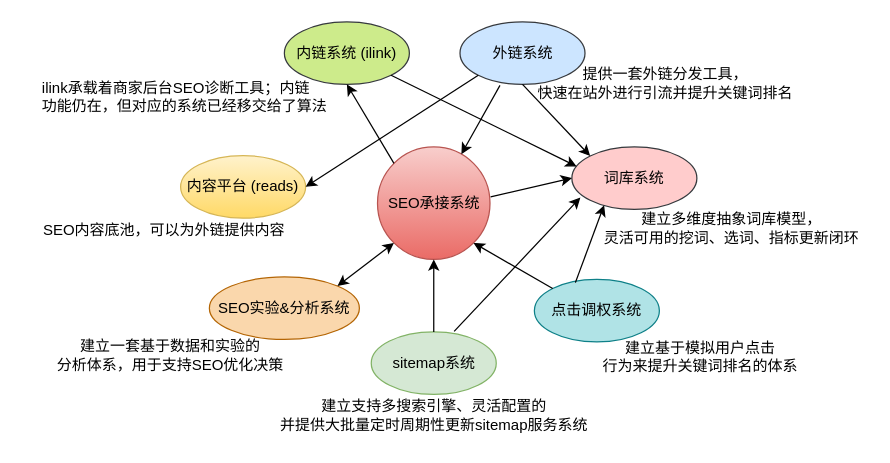
Earlier version of the draw.io diagram SEO技术体系-树结构图.drawio (kdoclg/git_study). Source tidied: cells renumbered, new cells numbered last; positions are measured from the earlier drawing's top-left corner, leaving out a move shared by most shapes. Both pictures are drawn from the tidied source at 125%, with x=0, y=0 at pixel (21, 21).
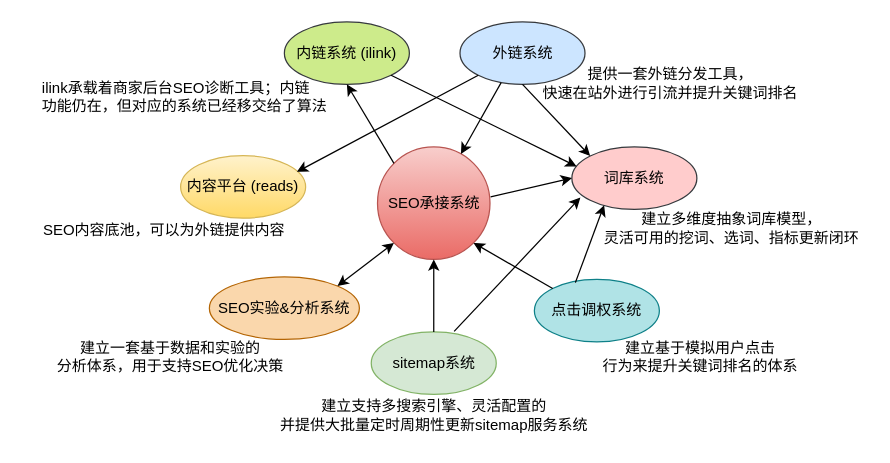
After the change.

Commit message (it also covers changes not shown here):
更新SEO技术体系-树结构图.drawio

The change refers to these unchanged cells:
```xml
<mxCell id="2" value="SEO承接系统" style="ellipse;whiteSpace=wrap;html=1;fillColor=#f8cecc;gradientColor=#ea6b66;strokeColor=#b85450;fontStyle=0;" parent="1" vertex="1">
  <mxGeometry x="284.5" y="100" width="90" height="90" as="geometry" />
</mxCell>
<mxCell id="7" value="外链系统" style="ellipse;whiteSpace=wrap;html=1;fillColor=#cce5ff;strokeColor=#36393d;fontStyle=0;" parent="1" vertex="1">
  <mxGeometry x="350.5" width="100" height="50" as="geometry" />
</mxCell>
<mxCell id="9" value="内容平台 (reads)" style="ellipse;whiteSpace=wrap;html=1;fillColor=#fff2cc;strokeColor=#d6b656;gradientColor=#ffd966;fontStyle=0;" parent="1" vertex="1">
  <mxGeometry x="127" y="107" width="100" height="50" as="geometry" />
</mxCell>
```

The edit, as a diff of the source:
```diff
@@
     <mxCell id="12" value="&lt;span style=&quot;text-align: left; background-color: initial; font-size: 12px;&quot;&gt;提供一套外链分发工具，&lt;br style=&quot;font-size: 12px;&quot;&gt;快速在站外进行引流并提升关键词排名&lt;/span&gt;" style="text;html=1;strokeColor=none;fillColor=none;align=center;verticalAlign=middle;whiteSpace=wrap;rounded=0;fontSize=12;" parent="1" vertex="1">
-      <mxGeometry x="399.5" y="30" width="230" height="38" as="geometry" />
+      <mxGeometry x="403.5" y="30" width="230" height="38" as="geometry" />
     </mxCell>
@@
     <mxCell id="15" value="&lt;div style=&quot;font-size: 12px;&quot;&gt;&lt;font face=&quot;微软雅黑&quot; style=&quot;font-size: 12px;&quot;&gt;建立一套基于数据和实验的&lt;/font&gt;&lt;/div&gt;&lt;div style=&quot;font-size: 12px;&quot;&gt;&lt;font face=&quot;微软雅黑&quot; style=&quot;font-size: 12px;&quot;&gt;分析体系，用于支持SEO优化决策&lt;/font&gt;&lt;/div&gt;" style="text;html=1;strokeColor=none;fillColor=none;align=center;verticalAlign=middle;whiteSpace=wrap;rounded=0;fontSize=12;" parent="1" vertex="1">
-      <mxGeometry x="24.5" y="247" width="187.5" height="40" as="geometry" />
+      <mxGeometry x="24.5" y="248" width="187.5" height="40" as="geometry" />
     </mxCell>
-    <mxCell id="16" style="endArrow=classic;html=1;rounded=0;exitX=0.32;exitY=1.016;exitDx=0;exitDy=0;exitPerimeter=0;" parent="1" edge="1" source="7" target="2">
+    <mxCell id="16" style="endArrow=classic;html=1;rounded=0;exitX=0.329;exitY=0.972;exitDx=0;exitDy=0;exitPerimeter=0;" parent="1" edge="1" source="7" target="2">
       <mxGeometry relative="1" as="geometry" />
     </mxCell>
@@
-    <mxCell id="23" style="endArrow=classic;html=1;rounded=0;exitX=0;exitY=1;exitDx=0;exitDy=0;entryX=1;entryY=0.5;entryDx=0;entryDy=0;" parent="1" edge="1" source="7" target="9">
-      <mxGeometry relative="1" as="geometry" />
+    <mxCell id="23" style="endArrow=classic;html=1;rounded=0;exitX=0;exitY=1;exitDx=0;exitDy=0;" parent="1" edge="1" source="7">
+      <mxGeometry relative="1" as="geometry">
+        <mxPoint x="220" y="120" as="targetPoint" />
+      </mxGeometry>
     </mxCell>
```
